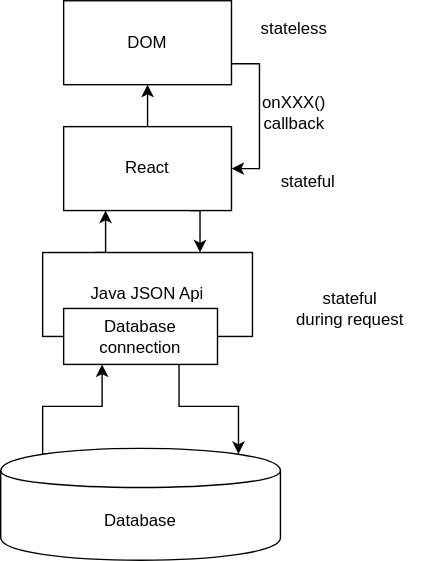
The draw.io diagram README/4-tier.drawio.svg in mulcloud/state-management-demo, before a commit. Source tidied: cells renumbered, new cells last; positions are measured from the earlier drawing's top-left corner, leaving out a move shared by most shapes.
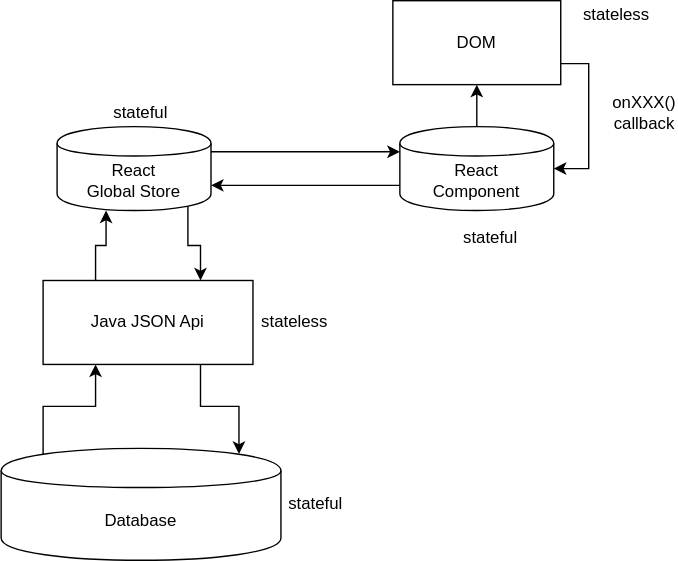
After the change.

Change to the diagram source:
```diff
@@ -2,50 +2,64 @@
   <root>
     <mxCell id="0" />
     <mxCell id="1" parent="0" />
-    <mxCell id="2" style="edgeStyle=orthogonalEdgeStyle;rounded=0;jettySize=auto;html=1;exitX=0.15;exitY=0.05;exitDx=0;exitDy=0;entryX=0.25;entryY=1;entryDx=0;entryDy=0;exitPerimeter=0;" parent="1" edge="1" source="3" target="12">
+    <mxCell id="2" style="edgeStyle=orthogonalEdgeStyle;rounded=0;jettySize=auto;html=1;exitX=0.15;exitY=0.05;exitDx=0;exitDy=0;entryX=0.25;entryY=1;entryDx=0;entryDy=0;exitPerimeter=0;" parent="1" edge="1" source="3" target="5">
       <mxGeometry relative="1" as="geometry" />
     </mxCell>
     <mxCell id="3" value="Database" style="shape=cylinder;whiteSpace=wrap;html=1;boundedLbl=1;backgroundOutline=1;" parent="1" vertex="1">
       <mxGeometry y="320" width="200" height="80" as="geometry" />
     </mxCell>
-    <mxCell id="4" style="edgeStyle=orthogonalEdgeStyle;rounded=0;jettySize=auto;html=1;exitX=0.25;exitY=0;exitDx=0;exitDy=0;entryX=0.25;entryY=1;entryDx=0;entryDy=0;" parent="1" edge="1" source="5" target="8">
-      <mxGeometry relative="1" as="geometry" />
+    <mxCell id="4" style="edgeStyle=orthogonalEdgeStyle;rounded=0;jettySize=auto;html=1;exitX=0.25;exitY=0;exitDx=0;exitDy=0;" parent="1" edge="1" source="5">
+      <mxGeometry relative="1" as="geometry">
+        <mxPoint x="75" y="150" as="targetPoint" />
+      </mxGeometry>
     </mxCell>
     <mxCell id="5" value="Java JSON Api" style="rounded=0;whiteSpace=wrap;html=1;" parent="1" vertex="1">
-      <mxGeometry x="30" y="180" width="150" height="60" as="geometry" />
+      <mxGeometry x="30" y="200" width="150" height="60" as="geometry" />
     </mxCell>
-    <mxCell id="6" style="edgeStyle=orthogonalEdgeStyle;rounded=0;jettySize=auto;html=1;exitX=0.75;exitY=1;exitDx=0;exitDy=0;entryX=0.75;entryY=0;entryDx=0;entryDy=0;" parent="1" edge="1" source="8" target="5">
+    <mxCell id="6" style="edgeStyle=orthogonalEdgeStyle;rounded=0;jettySize=auto;html=1;exitX=0.85;exitY=0.95;exitDx=0;exitDy=0;entryX=0.75;entryY=0;entryDx=0;entryDy=0;exitPerimeter=0;" parent="1" edge="1" source="20" target="5">
       <mxGeometry relative="1" as="geometry" />
     </mxCell>
-    <mxCell id="7" style="edgeStyle=orthogonalEdgeStyle;rounded=0;jettySize=auto;html=1;exitX=0.5;exitY=0;exitDx=0;exitDy=0;" parent="1" edge="1" source="8" target="14">
-      <mxGeometry relative="1" as="geometry" />
-    </mxCell>
-    <mxCell id="8" value="React" style="rounded=0;whiteSpace=wrap;html=1;" parent="1" vertex="1">
-      <mxGeometry x="45" y="90" width="120" height="60" as="geometry" />
-    </mxCell>
+    <mxCell id="17" style="edgeStyle=orthogonalEdgeStyle;rounded=0;jettySize=auto;html=1;exitX=1;exitY=0.3;exitDx=0;exitDy=0;entryX=0;entryY=0.3;entryDx=0;entryDy=0;" parent="1" edge="1" source="20" target="22">
+      <mxGeometry relative="1" as="geometry" />
+    </mxCell>
-    <mxCell id="9" value="stateful&lt;br&gt;during request" style="text;html=1;strokeColor=none;fillColor=none;align=center;verticalAlign=middle;whiteSpace=wrap;rounded=0;" parent="1" vertex="1">
-      <mxGeometry x="190" y="210" width="120" height="20" as="geometry" />
+    <mxCell id="9" value="stateful" style="text;html=1;strokeColor=none;fillColor=none;align=center;verticalAlign=middle;whiteSpace=wrap;rounded=0;" parent="1" vertex="1">
+      <mxGeometry x="165" y="350" width="120" height="20" as="geometry" />
     </mxCell>
     <mxCell id="10" value="stateful" style="text;html=1;strokeColor=none;fillColor=none;align=center;verticalAlign=middle;whiteSpace=wrap;rounded=0;" parent="1" vertex="1">
-      <mxGeometry x="200" y="120" width="40" height="20" as="geometry" />
+      <mxGeometry x="80" y="70" width="40" height="20" as="geometry" />
     </mxCell>
-    <mxCell id="11" style="edgeStyle=orthogonalEdgeStyle;rounded=0;jettySize=auto;html=1;exitX=0.75;exitY=1;exitDx=0;exitDy=0;entryX=0.85;entryY=0.05;entryDx=0;entryDy=0;entryPerimeter=0;" parent="1" edge="1" source="12" target="3">
+    <mxCell id="11" style="edgeStyle=orthogonalEdgeStyle;rounded=0;jettySize=auto;html=1;exitX=0.75;exitY=1;exitDx=0;exitDy=0;entryX=0.85;entryY=0.05;entryDx=0;entryDy=0;entryPerimeter=0;" parent="1" edge="1" source="5" target="3">
       <mxGeometry relative="1" as="geometry" />
     </mxCell>
-    <mxCell id="12" value="Database&lt;br&gt;connection" style="rounded=0;whiteSpace=wrap;html=1;" parent="1" vertex="1">
-      <mxGeometry x="45" y="220" width="110" height="40" as="geometry" />
-    </mxCell>
-    <mxCell id="13" style="edgeStyle=orthogonalEdgeStyle;rounded=0;jettySize=auto;html=1;exitX=1;exitY=0.75;exitDx=0;exitDy=0;entryX=1;entryY=0.5;entryDx=0;entryDy=0;" parent="1" edge="1" source="14" target="8">
+    <mxCell id="13" style="edgeStyle=orthogonalEdgeStyle;rounded=0;jettySize=auto;html=1;exitX=1;exitY=0.75;exitDx=0;exitDy=0;entryX=1;entryY=0.5;entryDx=0;entryDy=0;" parent="1" edge="1" source="14" target="22">
       <mxGeometry relative="1" as="geometry" />
     </mxCell>
     <mxCell id="14" value="DOM" style="rounded=0;whiteSpace=wrap;html=1;" parent="1" vertex="1">
-      <mxGeometry x="45" width="120" height="60" as="geometry" />
+      <mxGeometry x="280" width="120" height="60" as="geometry" />
     </mxCell>
     <mxCell id="15" value="stateless" style="text;html=1;strokeColor=none;fillColor=none;align=center;verticalAlign=middle;whiteSpace=wrap;rounded=0;" parent="1" vertex="1">
-      <mxGeometry x="190" y="10" width="40" height="20" as="geometry" />
+      <mxGeometry x="420" width="40" height="20" as="geometry" />
     </mxCell>
     <mxCell id="16" value="onXXX() callback" style="text;html=1;strokeColor=none;fillColor=none;align=center;verticalAlign=middle;whiteSpace=wrap;rounded=0;" parent="1" vertex="1">
-      <mxGeometry x="190" y="70" width="40" height="20" as="geometry" />
+      <mxGeometry x="440" y="70" width="40" height="20" as="geometry" />
     </mxCell>
+    <mxCell id="18" style="edgeStyle=orthogonalEdgeStyle;rounded=0;jettySize=auto;html=1;exitX=0;exitY=0.7;exitDx=0;exitDy=0;entryX=1;entryY=0.7;entryDx=0;entryDy=0;" parent="1" edge="1" source="22" target="20">
+      <mxGeometry relative="1" as="geometry" />
+    </mxCell>
+    <mxCell id="19" value="stateful" style="text;html=1;strokeColor=none;fillColor=none;align=center;verticalAlign=middle;whiteSpace=wrap;rounded=0;" parent="1" vertex="1">
+      <mxGeometry x="330" y="160" width="40" height="20" as="geometry" />
+    </mxCell>
+    <mxCell id="20" value="React&lt;br&gt;Global Store" style="shape=cylinder;whiteSpace=wrap;html=1;boundedLbl=1;backgroundOutline=1;" parent="1" vertex="1">
+      <mxGeometry x="40" y="90" width="110" height="60" as="geometry" />
+    </mxCell>
+    <mxCell id="21" style="edgeStyle=orthogonalEdgeStyle;rounded=0;jettySize=auto;html=1;exitX=0.5;exitY=0;exitDx=0;exitDy=0;entryX=0.5;entryY=1;entryDx=0;entryDy=0;" parent="1" edge="1" source="22" target="14">
+      <mxGeometry relative="1" as="geometry" />
+    </mxCell>
+    <mxCell id="22" value="React&lt;br&gt;Component" style="shape=cylinder;whiteSpace=wrap;html=1;boundedLbl=1;backgroundOutline=1;" parent="1" vertex="1">
+      <mxGeometry x="285" y="90" width="110" height="60" as="geometry" />
+    </mxCell>
+    <mxCell id="23" value="stateless" style="text;html=1;strokeColor=none;fillColor=none;align=center;verticalAlign=middle;whiteSpace=wrap;rounded=0;" parent="1" vertex="1">
+      <mxGeometry x="190" y="220" width="40" height="20" as="geometry" />
+    </mxCell>
   </root>
 </mxGraphModel>
```
